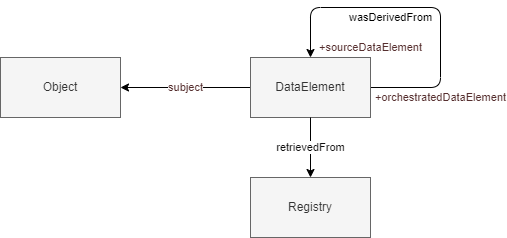
Geonovum/IMX-LineageModel keeps this draw.io diagram as media/level2.1.png. Above is the earlier version. Source tidied: cells renumbered, new cells last; positions are measured from the earlier drawing's top-left corner, leaving out a move shared by most shapes.
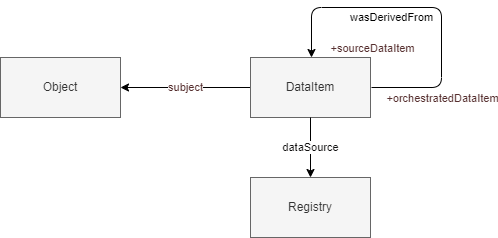
After the commit.

What changed in the source:
```diff
@@ -8,21 +8,23 @@
     <mxCell id="3" value="Gegeven" style="rounded=0;whiteSpace=wrap;html=1;" parent="1" vertex="1">
       <mxGeometry x="250" y="50" width="120" height="60" as="geometry" />
     </mxCell>
-    <mxCell id="4" value="wasDerivedFrom" style="edgeStyle=none;html=1;entryX=0.5;entryY=0;entryDx=0;entryDy=0;exitX=1;exitY=0.5;exitDx=0;exitDy=0;" parent="1" edge="1" source="9" target="3">
+    <mxCell id="4" value="wasDerivedFrom" style="edgeStyle=none;html=1;entryX=0.5;entryY=0;entryDx=0;entryDy=0;exitX=1;exitY=0.5;exitDx=0;exitDy=0;" parent="1" edge="1">
       <mxGeometry x="0.21" y="10" relative="1" as="geometry">
+        <mxPoint x="371" y="80" as="sourcePoint" />
+        <mxPoint x="311" y="50" as="targetPoint" />
         <Array as="points">
-          <mxPoint x="440" y="80" />
-          <mxPoint x="440" />
-          <mxPoint x="310" />
+          <mxPoint x="441" y="80" />
+          <mxPoint x="441" />
+          <mxPoint x="311" />
         </Array>
       </mxGeometry>
     </mxCell>
-    <mxCell id="5" value="+sourceDataElement" style="edgeLabel;html=1;align=center;verticalAlign=middle;fontColor=#562f2f;" parent="4" vertex="1">
+    <mxCell id="5" value="+sourceDataItem" style="edgeLabel;html=1;align=center;verticalAlign=middle;fontColor=#562f2f;" parent="4" vertex="1">
       <mxGeometry x="0.9" y="10" relative="1" as="geometry">
         <mxPoint x="50" y="7" as="offset" />
       </mxGeometry>
     </mxCell>
-    <mxCell id="6" value="+orchestratedDataElement" style="edgeLabel;html=1;align=center;verticalAlign=middle;fontColor=#562f2f;" parent="4" vertex="1">
+    <mxCell id="6" value="+orchestratedDataItem" style="edgeLabel;html=1;align=center;verticalAlign=middle;fontColor=#562f2f;" parent="4" vertex="1">
       <mxGeometry x="-0.9" y="-7" relative="1" as="geometry">
         <mxPoint x="54" y="3" as="offset" />
       </mxGeometry>
@@ -33,10 +35,10 @@
     <mxCell id="8" value="Object" style="rounded=0;whiteSpace=wrap;html=1;fillColor=#f5f5f5;fontColor=#333333;strokeColor=#666666;" parent="1" vertex="1">
       <mxGeometry y="50" width="120" height="60" as="geometry" />
     </mxCell>
-    <mxCell id="9" value="DataElement" style="rounded=0;whiteSpace=wrap;html=1;fillColor=#f5f5f5;fontColor=#333333;strokeColor=#666666;" parent="1" vertex="1">
+    <mxCell id="9" value="DataItem" style="rounded=0;whiteSpace=wrap;html=1;fillColor=#f5f5f5;fontColor=#333333;strokeColor=#666666;" parent="1" vertex="1">
       <mxGeometry x="250" y="50" width="120" height="60" as="geometry" />
     </mxCell>
-    <mxCell id="10" value="retrievedFrom" style="edgeStyle=none;html=1;fontColor=#121111;" parent="1" edge="1" source="9" target="11">
+    <mxCell id="10" value="dataSource" style="edgeStyle=none;html=1;fontColor=#121111;" parent="1" edge="1" source="9" target="11">
       <mxGeometry relative="1" as="geometry" />
     </mxCell>
     <mxCell id="11" value="Registry" style="rounded=0;whiteSpace=wrap;html=1;fillColor=#f5f5f5;fontColor=#333333;strokeColor=#666666;" parent="1" vertex="1">
```
